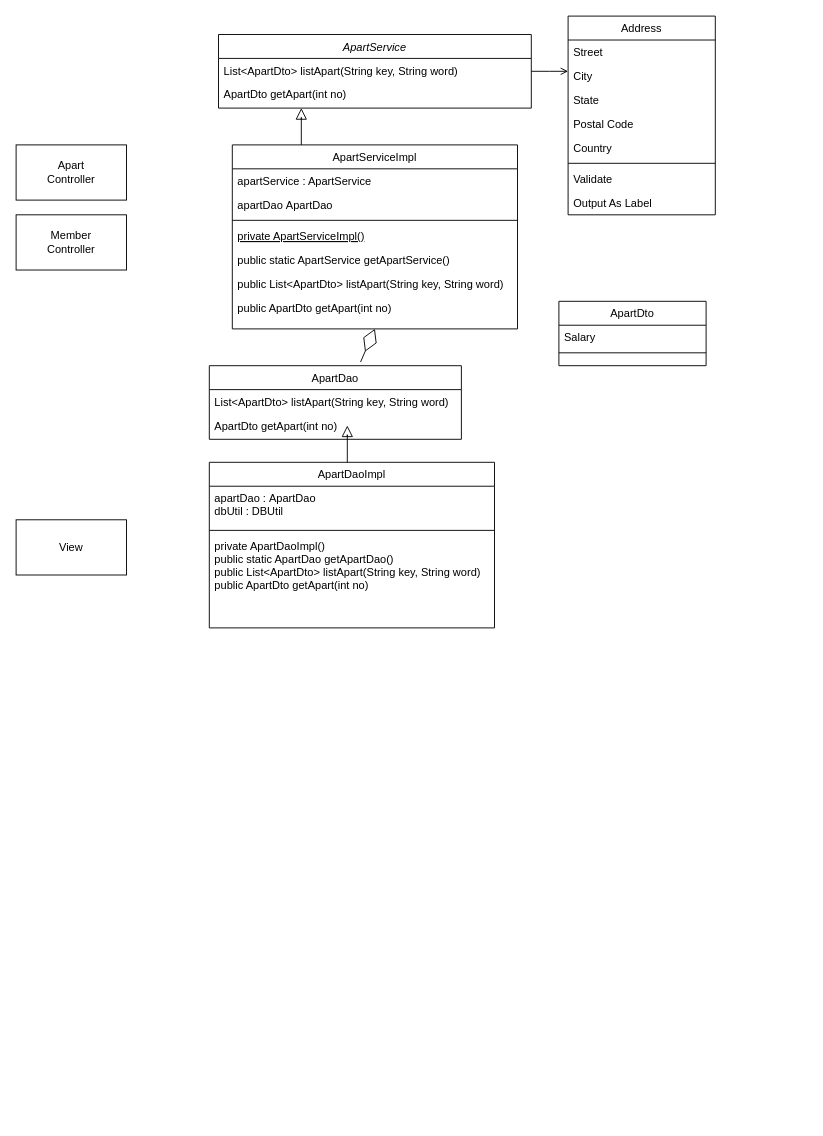
The draw.io diagram IoT/happyhouse.drawio in woorim1022/TIL, before the edit. Source tidied: cells renumbered, new cells numbered last; positions are measured from the earlier drawing's top-left corner, leaving out a move shared by most shapes. Both pictures are drawn from the tidied source at 92%, with x=0, y=0 at pixel (16, 16).
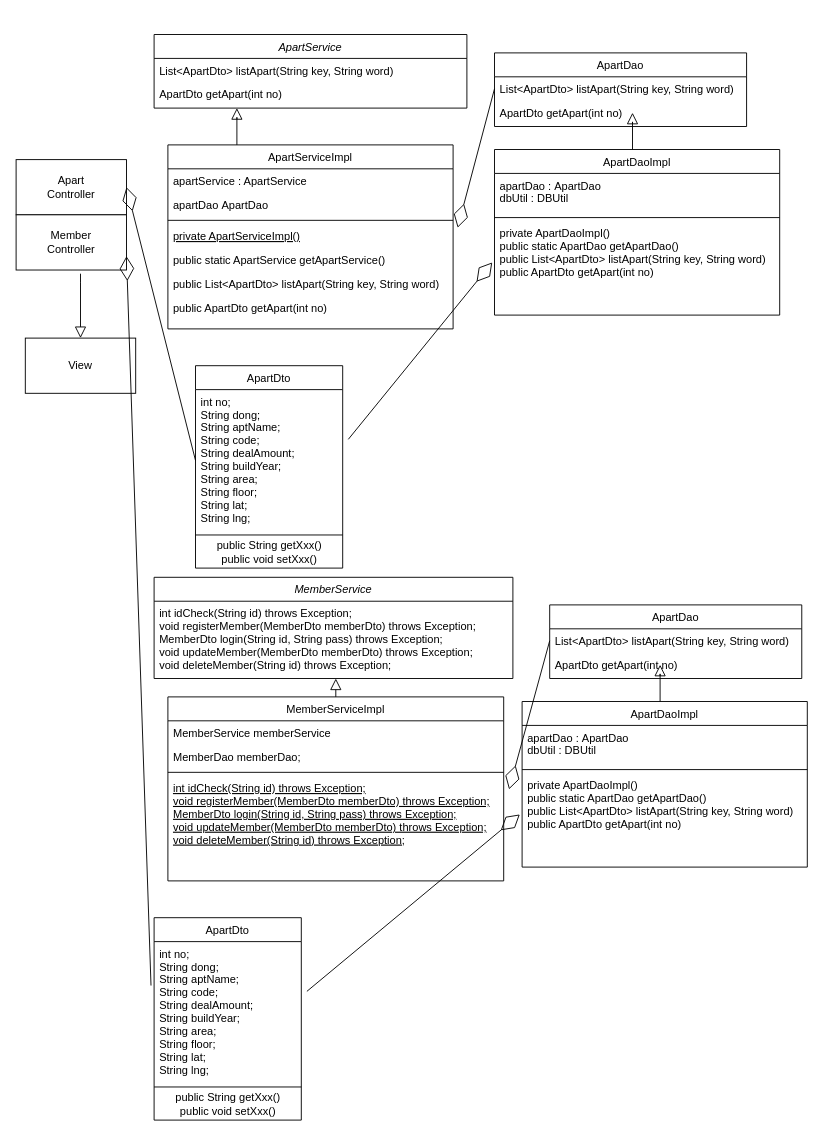
Above is the later version.

Unchanged cells that the change refers to:
```xml
<mxCell id="9" value="private ApartServiceImpl()" style="text;align=left;verticalAlign=top;spacingLeft=4;spacingRight=4;overflow=hidden;points=[[0,0.5],[1,0.5]];portConstraint=eastwest;fontStyle=4;" parent="5" vertex="1">
  <mxGeometry y="86" width="310" height="26" as="geometry" />
</mxCell>
<mxCell id="30" value="private ApartDaoImpl()&#10;public static ApartDao getApartDao()&#10;public List&lt;ApartDto&gt; listApart(String key, String word)&#10;public ApartDto getApart(int no)&#10;" style="text;align=left;verticalAlign=top;spacingLeft=4;spacingRight=4;overflow=hidden;points=[[0,0.5],[1,0.5]];portConstraint=eastwest;" parent="27" vertex="1">
  <mxGeometry y="78" width="310" height="102" as="geometry" />
</mxCell>
<mxCell id="32" value="List&lt;ApartDto&gt; listApart(String key, String word)" style="text;align=left;verticalAlign=top;spacingLeft=4;spacingRight=4;overflow=hidden;points=[[0,0.5],[1,0.5]];portConstraint=eastwest;" parent="31" vertex="1">
  <mxGeometry y="26" width="274" height="26" as="geometry" />
</mxCell>
<mxCell id="35" value="Member&lt;br&gt;Controller" style="whiteSpace=wrap;html=1;" parent="1" vertex="1">
  <mxGeometry y="216" width="120" height="60" as="geometry" />
</mxCell>
```

The edit, as a diff of the source:
```diff
@@
     <mxCell id="2" value="ApartService&#10;" style="swimlane;fontStyle=2;align=center;verticalAlign=top;horizontal=1;startSize=26;rounded=0;shadow=0;strokeWidth=1;" parent="1" vertex="1">
-      <mxGeometry x="220" y="20" width="340" height="80" as="geometry" />
+      <mxGeometry x="150" y="20" width="340" height="80" as="geometry" />
     </mxCell>
@@
     <mxCell id="5" value="ApartServiceImpl&#10;" style="swimlane;fontStyle=0;align=center;verticalAlign=top;horizontal=1;startSize=26;rounded=0;shadow=0;strokeWidth=1;" parent="1" vertex="1">
-      <mxGeometry x="235" y="140" width="310" height="200" as="geometry" />
+      <mxGeometry x="165" y="140" width="310" height="200" as="geometry" />
     </mxCell>
@@
     <mxCell id="13" value="ApartDto&#10;" style="swimlane;fontStyle=0;align=center;verticalAlign=top;horizontal=1;startSize=26;rounded=0;shadow=0;strokeWidth=1;" parent="1" vertex="1">
-      <mxGeometry x="590" y="310" width="160" height="70" as="geometry" />
+      <mxGeometry x="195" y="380" width="160" height="220" as="geometry" />
     </mxCell>
-    <mxCell id="14" value="Salary" style="text;align=left;verticalAlign=top;spacingLeft=4;spacingRight=4;overflow=hidden;points=[[0,0.5],[1,0.5]];portConstraint=eastwest;" parent="13" vertex="1">
-      <mxGeometry y="26" width="160" height="26" as="geometry" />
+    <mxCell id="14" value="int no;&#10; String dong;&#10; String aptName;&#10; String code;&#10; String dealAmount;&#10; String buildYear;&#10; String area;&#10; String floor;&#10; String lat;&#10; String lng;" style="text;align=left;verticalAlign=top;spacingLeft=4;spacingRight=4;overflow=hidden;points=[[0,0.5],[1,0.5]];portConstraint=eastwest;" parent="13" vertex="1">
+      <mxGeometry y="26" width="160" height="154" as="geometry" />
     </mxCell>
     <mxCell id="15" style="line;html=1;strokeWidth=1;align=left;verticalAlign=middle;spacingTop=-1;spacingLeft=3;spacingRight=3;labelPosition=right;" parent="13" vertex="1">
-      <mxGeometry y="52" width="160" height="8" as="geometry" />
+      <mxGeometry y="180" width="160" height="8" as="geometry" />
     </mxCell>
+    <mxCell id="39" value="public String getXxx()&lt;br&gt;public void setXxx()" style="text;html=1;align=center;verticalAlign=middle;strokeColor=none;fillColor=none;" parent="13" vertex="1">
+      <mxGeometry y="188" width="160" height="30" as="geometry" />
+    </mxCell>
     <mxCell id="16" style="endArrow=block;endSize=10;endFill=0;shadow=0;strokeWidth=1;rounded=0;edgeStyle=elbowEdgeStyle;elbow=vertical;" parent="1" edge="1" source="5" target="2">
       <mxGeometry relative="1" as="geometry">
         <Array as="points">
-          <mxPoint x="310" y="110" />
-          <mxPoint x="165" y="180" />
+          <mxPoint x="240" y="110" />
+          <mxPoint x="95" y="180" />
         </Array>
       </mxGeometry>
     </mxCell>
-    <mxCell id="17" value="Address" style="swimlane;fontStyle=0;align=center;verticalAlign=top;horizontal=1;startSize=26;rounded=0;shadow=0;strokeWidth=1;" parent="1" vertex="1">
-      <mxGeometry x="600" width="160" height="216" as="geometry" />
-    </mxCell>
-    <mxCell id="18" value="Street" style="text;align=left;verticalAlign=top;spacingLeft=4;spacingRight=4;overflow=hidden;" parent="17" vertex="1">
-      <mxGeometry y="26" width="160" height="26" as="geometry" />
-    </mxCell>
-    <mxCell id="19" value="City" style="text;align=left;verticalAlign=top;spacingLeft=4;spacingRight=4;overflow=hidden;rounded=0;shadow=0;html=0;" parent="17" vertex="1">
-      <mxGeometry y="52" width="160" height="26" as="geometry" />
-    </mxCell>
-    <mxCell id="20" value="State" style="text;align=left;verticalAlign=top;spacingLeft=4;spacingRight=4;overflow=hidden;rounded=0;shadow=0;html=0;" parent="17" vertex="1">
-      <mxGeometry y="78" width="160" height="26" as="geometry" />
-    </mxCell>
-    <mxCell id="21" value="Postal Code" style="text;align=left;verticalAlign=top;spacingLeft=4;spacingRight=4;overflow=hidden;rounded=0;shadow=0;html=0;" parent="17" vertex="1">
-      <mxGeometry y="104" width="160" height="26" as="geometry" />
-    </mxCell>
-    <mxCell id="22" value="Country" style="text;align=left;verticalAlign=top;spacingLeft=4;spacingRight=4;overflow=hidden;rounded=0;shadow=0;html=0;" parent="17" vertex="1">
-      <mxGeometry y="130" width="160" height="26" as="geometry" />
-    </mxCell>
-    <mxCell id="23" style="line;html=1;strokeWidth=1;align=left;verticalAlign=middle;spacingTop=-1;spacingLeft=3;spacingRight=3;labelPosition=right;" parent="17" vertex="1">
-      <mxGeometry y="156" width="160" height="8" as="geometry" />
-    </mxCell>
-    <mxCell id="24" value="Validate" style="text;align=left;verticalAlign=top;spacingLeft=4;spacingRight=4;overflow=hidden;" parent="17" vertex="1">
-      <mxGeometry y="164" width="160" height="26" as="geometry" />
-    </mxCell>
-    <mxCell id="25" value="Output As Label" style="text;align=left;verticalAlign=top;spacingLeft=4;spacingRight=4;overflow=hidden;" parent="17" vertex="1">
-      <mxGeometry y="190" width="160" height="26" as="geometry" />
-    </mxCell>
-    <mxCell id="26" style="endArrow=open;shadow=0;strokeWidth=1;rounded=0;endFill=1;edgeStyle=elbowEdgeStyle;elbow=vertical;" parent="1" edge="1" source="2" target="17">
-      <mxGeometry x="0.5" y="41" relative="1" as="geometry">
-        <mxPoint x="-40" y="32" as="offset" />
-      </mxGeometry>
-    </mxCell>
     <mxCell id="27" value="ApartDaoImpl&#10;" style="swimlane;fontStyle=0;align=center;verticalAlign=top;horizontal=1;startSize=26;rounded=0;shadow=0;strokeWidth=1;" parent="1" vertex="1">
-      <mxGeometry x="210" y="485" width="310" height="180" as="geometry" />
+      <mxGeometry x="520" y="145" width="310" height="180" as="geometry" />
     </mxCell>
@@
     <mxCell id="31" value="ApartDao&#10;" style="swimlane;fontStyle=0;align=center;verticalAlign=top;horizontal=1;startSize=26;rounded=0;shadow=0;strokeWidth=1;" parent="1" vertex="1">
-      <mxGeometry x="210" y="380" width="274" height="80" as="geometry" />
+      <mxGeometry x="520" y="40" width="274" height="80" as="geometry" />
     </mxCell>
@@
     <mxCell id="34" value="Apart&lt;br&gt;Controller" style="whiteSpace=wrap;html=1;" parent="1" vertex="1">
-      <mxGeometry y="140" width="120" height="60" as="geometry" />
+      <mxGeometry y="156" width="120" height="60" as="geometry" />
     </mxCell>
@@
     <mxCell id="36" value="View" style="whiteSpace=wrap;html=1;" parent="1" vertex="1">
-      <mxGeometry y="547.5" width="120" height="60" as="geometry" />
+      <mxGeometry x="10" y="350" width="120" height="60" as="geometry" />
     </mxCell>
     <mxCell id="37" style="endArrow=block;endSize=10;endFill=0;shadow=0;strokeWidth=1;rounded=0;edgeStyle=elbowEdgeStyle;elbow=vertical;" parent="1" edge="1">
       <mxGeometry relative="1" as="geometry">
-        <mxPoint x="360" y="485" as="sourcePoint" />
-        <mxPoint x="360" y="445" as="targetPoint" />
+        <mxPoint x="670" y="145" as="sourcePoint" />
+        <mxPoint x="670" y="105" as="targetPoint" />
         <Array as="points">
-          <mxPoint x="360" y="455" />
-          <mxPoint x="215" y="525" />
+          <mxPoint x="670" y="115" />
+          <mxPoint x="525" y="185" />
         </Array>
       </mxGeometry>
     </mxCell>
-    <mxCell id="38" style="endArrow=diamondThin;endFill=0;endSize=24;html=1;rounded=0;exitX=0.6;exitY=-0.05;exitDx=0;exitDy=0;exitPerimeter=0;entryX=0.5;entryY=1;entryDx=0;entryDy=0;" parent="1" edge="1" source="31" target="5">
+    <mxCell id="38" style="endArrow=diamondThin;endFill=0;endSize=24;html=1;rounded=0;exitX=0;exitY=0.5;exitDx=0;exitDy=0;entryX=1.016;entryY=0.154;entryDx=0;entryDy=0;entryPerimeter=0;" parent="1" edge="1" source="32" target="9">
       <mxGeometry relative="1" as="geometry" />
     </mxCell>
+    <mxCell id="40" style="endArrow=diamondThin;endFill=0;endSize=24;html=1;rounded=0;exitX=0;exitY=0.5;exitDx=0;exitDy=0;entryX=1;entryY=0.5;entryDx=0;entryDy=0;" parent="1" edge="1" source="14" target="34">
+      <mxGeometry relative="1" as="geometry" />
+    </mxCell>
+    <mxCell id="41" style="endArrow=block;endSize=10;endFill=0;shadow=0;strokeWidth=1;rounded=0;edgeStyle=elbowEdgeStyle;elbow=vertical;entryX=0.5;entryY=0;entryDx=0;entryDy=0;" parent="1" edge="1" target="36">
+      <mxGeometry relative="1" as="geometry">
+        <mxPoint x="70" y="280" as="sourcePoint" />
+        <Array as="points">
+          <mxPoint x="90" y="290" />
+        </Array>
+      </mxGeometry>
+    </mxCell>
+    <mxCell id="42" style="endArrow=diamondThin;endFill=0;endSize=24;html=1;rounded=0;exitX=1.038;exitY=0.351;exitDx=0;exitDy=0;entryX=-0.008;entryY=0.439;entryDx=0;entryDy=0;entryPerimeter=0;exitPerimeter=0;" parent="1" edge="1" source="14" target="30">
+      <mxGeometry relative="1" as="geometry" />
+    </mxCell>
+    <mxCell id="43" value="MemberService" style="swimlane;fontStyle=2;align=center;verticalAlign=top;horizontal=1;startSize=26;rounded=0;shadow=0;strokeWidth=1;" parent="1" vertex="1">
+      <mxGeometry x="150" y="610" width="390" height="110" as="geometry" />
+    </mxCell>
+    <mxCell id="44" value="int idCheck(String id) throws Exception;&#10; void registerMember(MemberDto memberDto) throws Exception;&#10; MemberDto login(String id, String pass) throws Exception;&#10; void updateMember(MemberDto memberDto) throws Exception;&#10; void deleteMember(String id) throws Exception;" style="text;align=left;verticalAlign=top;spacingLeft=4;spacingRight=4;overflow=hidden;" parent="43" vertex="1">
+      <mxGeometry y="26" width="390" height="84" as="geometry" />
+    </mxCell>
+    <mxCell id="45" value="MemberServiceImpl" style="swimlane;fontStyle=0;align=center;verticalAlign=top;horizontal=1;startSize=26;rounded=0;shadow=0;strokeWidth=1;" parent="1" vertex="1">
+      <mxGeometry x="165" y="740" width="365" height="200" as="geometry" />
+    </mxCell>
+    <mxCell id="46" value="MemberService memberService" style="text;align=left;verticalAlign=top;spacingLeft=4;spacingRight=4;overflow=hidden;" parent="45" vertex="1">
+      <mxGeometry y="26" width="365" height="26" as="geometry" />
+    </mxCell>
+    <mxCell id="47" value="MemberDao memberDao;" style="text;align=left;verticalAlign=top;spacingLeft=4;spacingRight=4;overflow=hidden;rounded=0;shadow=0;html=0;" parent="45" vertex="1">
+      <mxGeometry y="52" width="365" height="26" as="geometry" />
+    </mxCell>
+    <mxCell id="48" style="line;html=1;strokeWidth=1;align=left;verticalAlign=middle;spacingTop=-1;spacingLeft=3;spacingRight=3;labelPosition=right;" parent="45" vertex="1">
+      <mxGeometry y="78" width="365" height="8" as="geometry" />
+    </mxCell>
+    <mxCell id="49" value="int idCheck(String id) throws Exception;&#10;void registerMember(MemberDto memberDto) throws Exception;&#10;MemberDto login(String id, String pass) throws Exception;&#10;void updateMember(MemberDto memberDto) throws Exception;&#10;void deleteMember(String id) throws Exception;" style="text;align=left;verticalAlign=top;spacingLeft=4;spacingRight=4;overflow=hidden;points=[[0,0.5],[1,0.5]];portConstraint=eastwest;fontStyle=4;" parent="45" vertex="1">
+      <mxGeometry y="86" width="365" height="94" as="geometry" />
+    </mxCell>
+    <mxCell id="50" value="ApartDto&#10;" style="swimlane;fontStyle=0;align=center;verticalAlign=top;horizontal=1;startSize=26;rounded=0;shadow=0;strokeWidth=1;" parent="1" vertex="1">
+      <mxGeometry x="150" y="980" width="160" height="220" as="geometry" />
+    </mxCell>
+    <mxCell id="51" value="int no;&#10; String dong;&#10; String aptName;&#10; String code;&#10; String dealAmount;&#10; String buildYear;&#10; String area;&#10; String floor;&#10; String lat;&#10; String lng;" style="text;align=left;verticalAlign=top;spacingLeft=4;spacingRight=4;overflow=hidden;points=[[0,0.5],[1,0.5]];portConstraint=eastwest;" parent="50" vertex="1">
+      <mxGeometry y="26" width="160" height="154" as="geometry" />
+    </mxCell>
+    <mxCell id="52" style="line;html=1;strokeWidth=1;align=left;verticalAlign=middle;spacingTop=-1;spacingLeft=3;spacingRight=3;labelPosition=right;" parent="50" vertex="1">
+      <mxGeometry y="180" width="160" height="8" as="geometry" />
+    </mxCell>
+    <mxCell id="53" value="public String getXxx()&lt;br&gt;public void setXxx()" style="text;html=1;align=center;verticalAlign=middle;strokeColor=none;fillColor=none;" parent="50" vertex="1">
+      <mxGeometry y="188" width="160" height="30" as="geometry" />
+    </mxCell>
+    <mxCell id="54" style="endArrow=block;endSize=10;endFill=0;shadow=0;strokeWidth=1;rounded=0;edgeStyle=elbowEdgeStyle;elbow=vertical;" parent="1" edge="1" source="45" target="43">
+      <mxGeometry relative="1" as="geometry">
+        <Array as="points">
+          <mxPoint x="270" y="710" />
+          <mxPoint x="125" y="780" />
+        </Array>
+      </mxGeometry>
+    </mxCell>
+    <mxCell id="55" value="ApartDaoImpl&#10;" style="swimlane;fontStyle=0;align=center;verticalAlign=top;horizontal=1;startSize=26;rounded=0;shadow=0;strokeWidth=1;" parent="1" vertex="1">
+      <mxGeometry x="550" y="745" width="310" height="180" as="geometry" />
+    </mxCell>
+    <mxCell id="56" value="apartDao : ApartDao&#10;dbUtil : DBUtil" style="text;align=left;verticalAlign=top;spacingLeft=4;spacingRight=4;overflow=hidden;" parent="55" vertex="1">
+      <mxGeometry y="26" width="310" height="44" as="geometry" />
+    </mxCell>
+    <mxCell id="57" style="line;html=1;strokeWidth=1;align=left;verticalAlign=middle;spacingTop=-1;spacingLeft=3;spacingRight=3;labelPosition=right;" parent="55" vertex="1">
+      <mxGeometry y="70" width="310" height="8" as="geometry" />
+    </mxCell>
+    <mxCell id="58" value="private ApartDaoImpl()&#10;public static ApartDao getApartDao()&#10;public List&lt;ApartDto&gt; listApart(String key, String word)&#10;public ApartDto getApart(int no)&#10;" style="text;align=left;verticalAlign=top;spacingLeft=4;spacingRight=4;overflow=hidden;points=[[0,0.5],[1,0.5]];portConstraint=eastwest;" parent="55" vertex="1">
+      <mxGeometry y="78" width="310" height="102" as="geometry" />
+    </mxCell>
+    <mxCell id="59" value="ApartDao&#10;" style="swimlane;fontStyle=0;align=center;verticalAlign=top;horizontal=1;startSize=26;rounded=0;shadow=0;strokeWidth=1;" parent="1" vertex="1">
+      <mxGeometry x="580" y="640" width="274" height="80" as="geometry" />
+    </mxCell>
+    <mxCell id="60" value="List&lt;ApartDto&gt; listApart(String key, String word)" style="text;align=left;verticalAlign=top;spacingLeft=4;spacingRight=4;overflow=hidden;points=[[0,0.5],[1,0.5]];portConstraint=eastwest;" parent="59" vertex="1">
+      <mxGeometry y="26" width="274" height="26" as="geometry" />
+    </mxCell>
+    <mxCell id="61" value="ApartDto getApart(int no)" style="text;align=left;verticalAlign=top;spacingLeft=4;spacingRight=4;overflow=hidden;" parent="59" vertex="1">
+      <mxGeometry y="52" width="274" height="26" as="geometry" />
+    </mxCell>
+    <mxCell id="62" style="endArrow=block;endSize=10;endFill=0;shadow=0;strokeWidth=1;rounded=0;edgeStyle=elbowEdgeStyle;elbow=vertical;" parent="1" edge="1">
+      <mxGeometry relative="1" as="geometry">
+        <mxPoint x="700" y="745" as="sourcePoint" />
+        <mxPoint x="700" y="705" as="targetPoint" />
+        <Array as="points">
+          <mxPoint x="700" y="715" />
+          <mxPoint x="555" y="785" />
+        </Array>
+      </mxGeometry>
+    </mxCell>
+    <mxCell id="63" style="endArrow=diamondThin;endFill=0;endSize=24;html=1;rounded=0;exitX=0;exitY=0.5;exitDx=0;exitDy=0;entryX=1.016;entryY=0.154;entryDx=0;entryDy=0;entryPerimeter=0;" parent="1" edge="1" source="60" target="49">
+      <mxGeometry relative="1" as="geometry" />
+    </mxCell>
+    <mxCell id="64" style="endArrow=diamondThin;endFill=0;endSize=24;html=1;rounded=0;exitX=1.038;exitY=0.351;exitDx=0;exitDy=0;entryX=-0.008;entryY=0.439;entryDx=0;entryDy=0;entryPerimeter=0;exitPerimeter=0;" parent="1" edge="1" source="51" target="58">
+      <mxGeometry relative="1" as="geometry" />
+    </mxCell>
+    <mxCell id="65" style="endArrow=diamondThin;endFill=0;endSize=24;html=1;rounded=0;exitX=-0.021;exitY=0.31;exitDx=0;exitDy=0;entryX=1;entryY=0.75;entryDx=0;entryDy=0;exitPerimeter=0;" parent="1" edge="1" source="51" target="35">
+      <mxGeometry relative="1" as="geometry" />
+    </mxCell>
```
